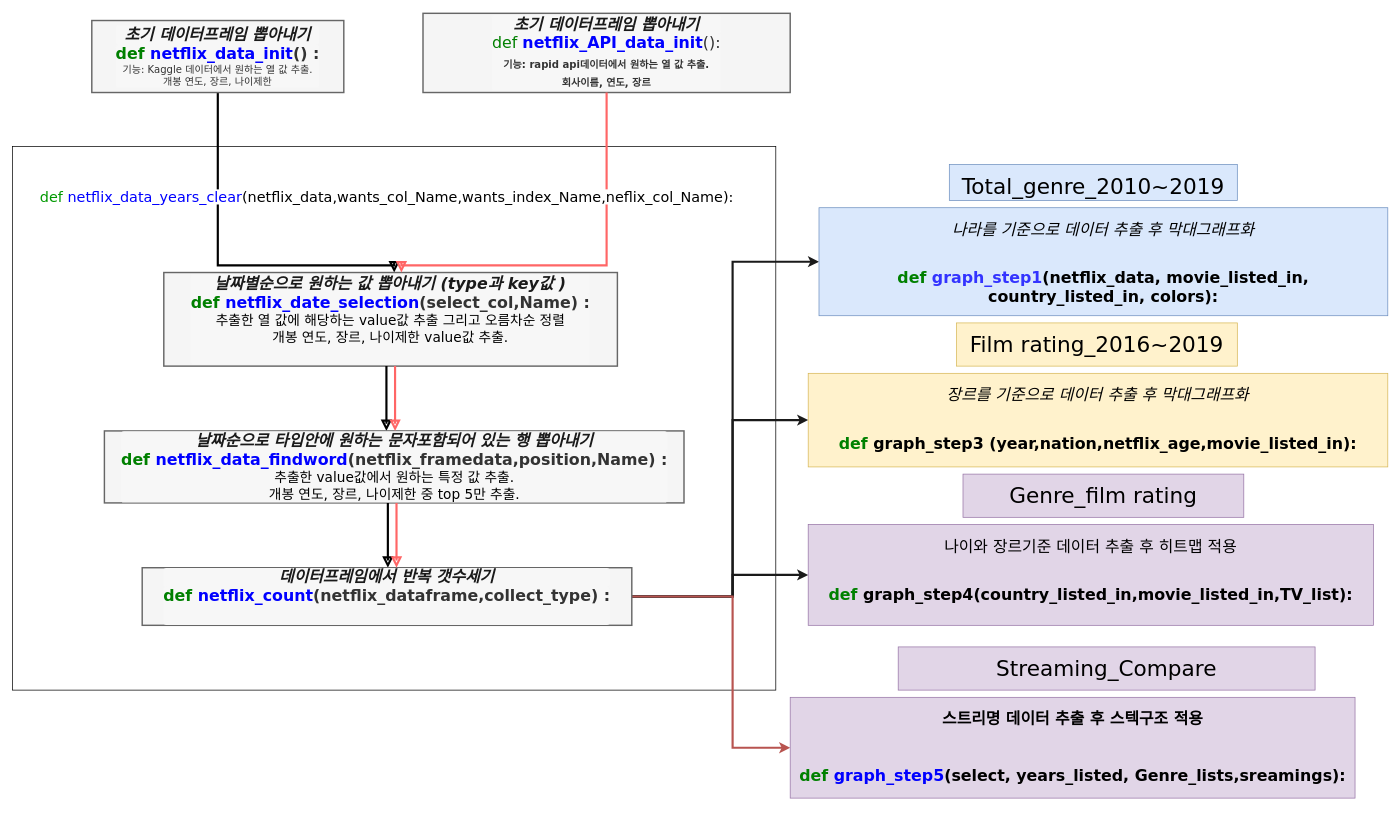
Earlier version of the draw.io diagram netflix_mini_poject.drawio (kimsk920825/daily_commit). Source tidied: cells renumbered, new cells numbered last; positions are measured from the earlier drawing's top-left corner, leaving out a move shared by most shapes. Both pictures are drawn from the tidied source at 72%, with x=0, y=0 at pixel (12, 13).
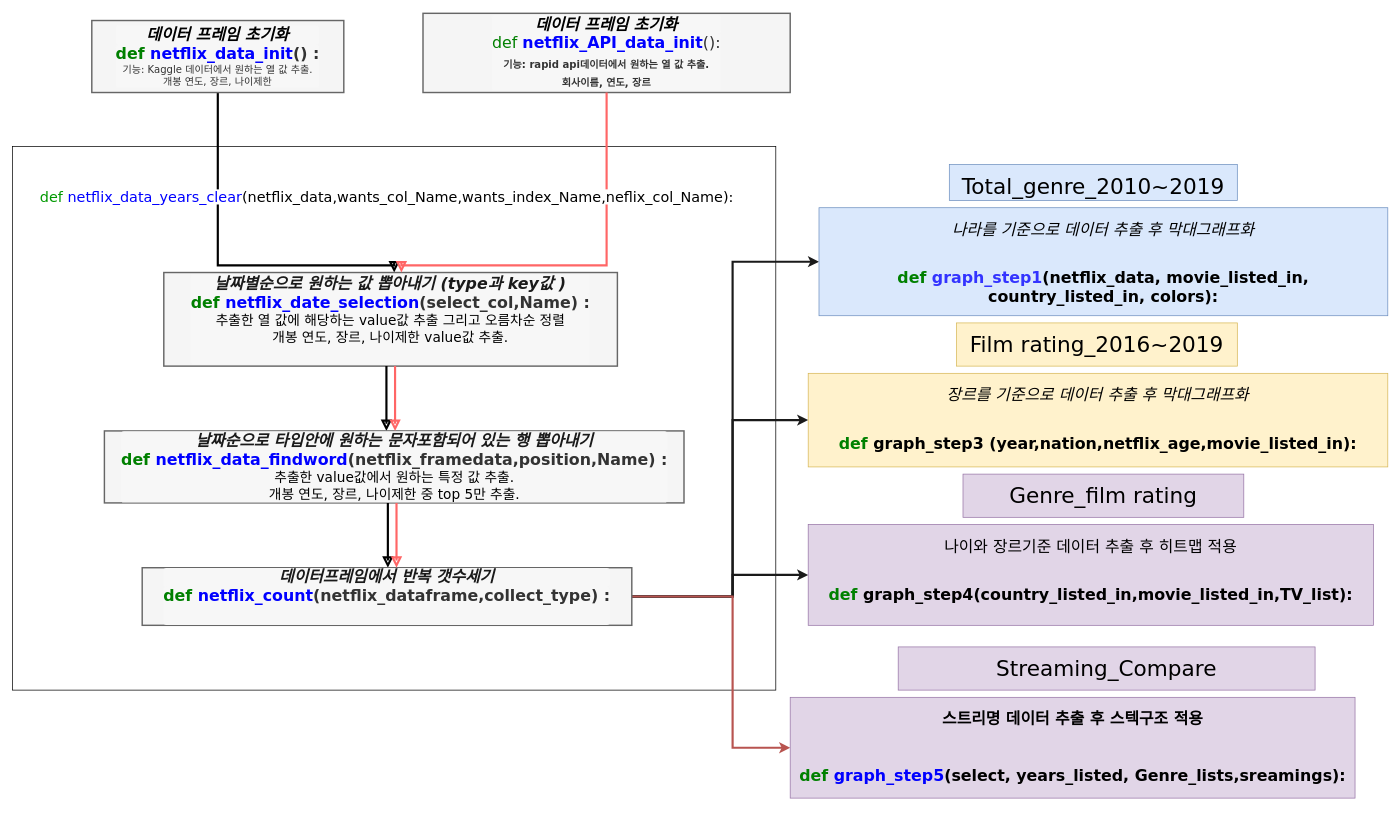
The same diagram, later.

Diff of the diagram source:
```diff
@@
-    <mxCell id="4" value="&lt;div style=&quot;margin-top: 0px ; margin-bottom: 0px ; padding: 0px ; font-size: 22px ; border-radius: 4px ; line-height: inherit ; word-break: break-all ; overflow-wrap: break-word ; background-color: rgb(247 , 247 , 247) ; border: none&quot;&gt;&lt;span class=&quot;c1&quot; style=&quot;margin: 0px ; padding: 0px ; font-style: italic ; font-size: 22px&quot;&gt;&lt;font color=&quot;#1a1a1a&quot;&gt;초기 데이터프레임 뽑아내기&lt;/font&gt;&lt;/span&gt;&lt;/div&gt;&lt;div style=&quot;margin-top: 0px ; margin-bottom: 0px ; padding: 0px ; font-size: 22px ; border-radius: 4px ; line-height: inherit ; word-break: break-all ; overflow-wrap: break-word ; background-color: rgb(247 , 247 , 247) ; border: none&quot;&gt;&lt;span class=&quot;c1&quot; style=&quot;margin: 0px ; padding: 0px ; font-style: italic ; font-size: 22px&quot;&gt;&lt;div style=&quot;margin-top: 0px ; margin-bottom: 0px ; padding: 0px ; color: rgb(51 , 51 , 51) ; border-radius: 4px ; line-height: inherit ; word-break: break-all ; overflow-wrap: break-word ; border: none ; font-style: normal ; font-size: 22px&quot;&gt;&lt;span class=&quot;k&quot; style=&quot;margin: 0px ; padding: 0px ; color: green ; font-size: 22px&quot;&gt;def&lt;/span&gt; &lt;span class=&quot;nf&quot; style=&quot;margin: 0px ; padding: 0px ; color: blue ; font-size: 22px&quot;&gt;netflix_data_init&lt;/span&gt;&lt;span class=&quot;p&quot; style=&quot;margin: 0px ; padding: 0px ; font-size: 22px&quot;&gt;()&lt;/span&gt; &lt;span class=&quot;p&quot; style=&quot;margin: 0px ; padding: 0px ; font-size: 22px&quot;&gt;:&lt;/span&gt;&lt;/div&gt;&lt;div style=&quot;color: rgb(51 , 51 , 51) ; margin-top: 0px ; margin-bottom: 0px ; padding: 0px ; border-radius: 4px ; line-height: inherit ; word-break: break-all ; overflow-wrap: break-word ; border: none ; font-style: normal ; font-size: 22px&quot;&gt;&lt;span class=&quot;p&quot; style=&quot;margin: 0px ; padding: 0px ; font-size: 22px&quot;&gt;&lt;div style=&quot;font-weight: normal ; margin-top: 0px ; margin-bottom: 0px ; padding: 0px ; font-size: 14px ; border-radius: 4px ; line-height: inherit ; word-break: break-all ; overflow-wrap: break-word ; border: none&quot;&gt;기능: Kaggle 데이터에서 원하는 열 값 추출.&lt;/div&gt;&lt;div style=&quot;font-weight: normal ; margin-top: 0px ; margin-bottom: 0px ; padding: 0px ; font-size: 14px ; border-radius: 4px ; line-height: inherit ; word-break: break-all ; overflow-wrap: break-word ; border: none&quot;&gt;개봉 연도, 장르, 나이제한&lt;/div&gt;&lt;/span&gt;&lt;/div&gt;&lt;/span&gt;&lt;/div&gt;" style="rounded=1;whiteSpace=wrap;html=1;fontSize=22;glass=0;strokeWidth=2;shadow=0;arcSize=0;fillColor=#f5f5f5;strokeColor=#666666;fontColor=#333333;fontStyle=1;fontFamily=Verdana;" parent="1" vertex="1">
+    <mxCell id="4" value="&lt;div style=&quot;margin-top: 0px ; margin-bottom: 0px ; padding: 0px ; font-size: 22px ; border-radius: 4px ; line-height: inherit ; word-break: break-all ; overflow-wrap: break-word ; background-color: rgb(247 , 247 , 247) ; border: none&quot;&gt;&lt;font color=&quot;#000000&quot;&gt;&lt;i&gt;데이터 프레임 초기화&lt;/i&gt;&lt;/font&gt;&lt;/div&gt;&lt;div style=&quot;margin-top: 0px ; margin-bottom: 0px ; padding: 0px ; font-size: 22px ; border-radius: 4px ; line-height: inherit ; word-break: break-all ; overflow-wrap: break-word ; background-color: rgb(247 , 247 , 247) ; border: none&quot;&gt;&lt;span class=&quot;c1&quot; style=&quot;margin: 0px ; padding: 0px ; font-style: italic ; font-size: 22px&quot;&gt;&lt;div style=&quot;margin-top: 0px ; margin-bottom: 0px ; padding: 0px ; color: rgb(51 , 51 , 51) ; border-radius: 4px ; line-height: inherit ; word-break: break-all ; overflow-wrap: break-word ; border: none ; font-style: normal ; font-size: 22px&quot;&gt;&lt;span class=&quot;k&quot; style=&quot;margin: 0px ; padding: 0px ; color: green ; font-size: 22px&quot;&gt;def&lt;/span&gt; &lt;span class=&quot;nf&quot; style=&quot;margin: 0px ; padding: 0px ; color: blue ; font-size: 22px&quot;&gt;netflix_data_init&lt;/span&gt;&lt;span class=&quot;p&quot; style=&quot;margin: 0px ; padding: 0px ; font-size: 22px&quot;&gt;()&lt;/span&gt; &lt;span class=&quot;p&quot; style=&quot;margin: 0px ; padding: 0px ; font-size: 22px&quot;&gt;:&lt;/span&gt;&lt;/div&gt;&lt;div style=&quot;color: rgb(51 , 51 , 51) ; margin-top: 0px ; margin-bottom: 0px ; padding: 0px ; border-radius: 4px ; line-height: inherit ; word-break: break-all ; overflow-wrap: break-word ; border: none ; font-style: normal ; font-size: 22px&quot;&gt;&lt;span class=&quot;p&quot; style=&quot;margin: 0px ; padding: 0px ; font-size: 22px&quot;&gt;&lt;div style=&quot;font-weight: normal ; margin-top: 0px ; margin-bottom: 0px ; padding: 0px ; font-size: 14px ; border-radius: 4px ; line-height: inherit ; word-break: break-all ; overflow-wrap: break-word ; border: none&quot;&gt;기능: Kaggle 데이터에서 원하는 열 값 추출.&lt;/div&gt;&lt;div style=&quot;font-weight: normal ; margin-top: 0px ; margin-bottom: 0px ; padding: 0px ; font-size: 14px ; border-radius: 4px ; line-height: inherit ; word-break: break-all ; overflow-wrap: break-word ; border: none&quot;&gt;개봉 연도, 장르, 나이제한&lt;/div&gt;&lt;/span&gt;&lt;/div&gt;&lt;/span&gt;&lt;/div&gt;" style="rounded=1;whiteSpace=wrap;html=1;fontSize=22;glass=0;strokeWidth=2;shadow=0;arcSize=0;fillColor=#f5f5f5;strokeColor=#666666;fontColor=#333333;fontStyle=1;fontFamily=Verdana;" parent="1" vertex="1">
       <mxGeometry x="110" y="10" width="350" height="100" as="geometry" />
     </mxCell>
@@
-    <mxCell id="21" value="&lt;div style=&quot;margin-top: 0px ; margin-bottom: 0px ; padding: 0px ; font-size: 22px ; border-radius: 4px ; line-height: inherit ; word-break: break-all ; overflow-wrap: break-word ; background-color: rgb(247 , 247 , 247) ; border: none&quot;&gt;&lt;span class=&quot;c1&quot; style=&quot;margin: 0px ; padding: 0px ; font-style: italic ; font-size: 22px&quot;&gt;&lt;font color=&quot;#1a1a1a&quot;&gt;초기 데이터프레임 뽑아내기&lt;/font&gt;&lt;/span&gt;&lt;/div&gt;&lt;div style=&quot;margin-top: 0px ; margin-bottom: 0px ; padding: 0px ; border-radius: 4px ; line-height: inherit ; word-break: break-all ; overflow-wrap: break-word ; background-color: rgb(247 , 247 , 247) ; border: none&quot;&gt;&lt;span class=&quot;c1&quot; style=&quot;margin: 0px ; padding: 0px ; font-style: italic&quot;&gt;&lt;div style=&quot;margin-top: 0px ; margin-bottom: 0px ; padding: 0px ; color: rgb(51 , 51 , 51) ; border-radius: 4px ; line-height: inherit ; word-break: break-all ; overflow-wrap: break-word ; border: none ; font-style: normal&quot;&gt;&lt;div style=&quot;font-size: 22px ; margin-top: 0px ; margin-bottom: 0px ; padding: 0px ; border-radius: 4px ; line-height: inherit ; word-break: break-all ; overflow-wrap: break-word ; border: none&quot;&gt;&lt;span class=&quot;k&quot; style=&quot;font-weight: normal ; margin: 0px ; padding: 0px ; color: green&quot;&gt;def&lt;/span&gt;&lt;span style=&quot;font-weight: normal&quot;&gt; &lt;/span&gt;&lt;span class=&quot;nf&quot; style=&quot;margin: 0px ; padding: 0px ; color: blue&quot;&gt;netflix_API_data_init&lt;/span&gt;&lt;span class=&quot;p&quot; style=&quot;font-weight: normal ; margin: 0px ; padding: 0px&quot;&gt;():&lt;/span&gt;&lt;span style=&quot;font-weight: normal&quot;&gt;&lt;br&gt;&lt;/span&gt;&lt;/div&gt;&lt;div&gt;&lt;span class=&quot;p&quot; style=&quot;margin: 0px ; padding: 0px&quot;&gt;&lt;font style=&quot;font-size: 14px&quot;&gt;기능: rapid api데이터에서 원하는 열 값 추출.&lt;/font&gt;&lt;/span&gt;&lt;/div&gt;&lt;div&gt;&lt;span class=&quot;p&quot; style=&quot;margin: 0px ; padding: 0px&quot;&gt;&lt;font style=&quot;font-size: 14px&quot;&gt;회사이름, 연도, 장르&lt;/font&gt;&lt;/span&gt;&lt;/div&gt;&lt;/div&gt;&lt;/span&gt;&lt;/div&gt;" style="rounded=1;whiteSpace=wrap;html=1;fontSize=22;glass=0;strokeWidth=2;shadow=0;arcSize=0;fillColor=#f5f5f5;strokeColor=#666666;fontStyle=1;fontColor=#333333;fontFamily=Verdana;" parent="1" vertex="1">
+    <mxCell id="21" value="&lt;div style=&quot;margin-top: 0px ; margin-bottom: 0px ; padding: 0px ; font-size: 22px ; border-radius: 4px ; line-height: inherit ; word-break: break-all ; overflow-wrap: break-word ; background-color: rgb(247 , 247 , 247) ; border: none&quot;&gt;&lt;font color=&quot;#000000&quot;&gt;&lt;i&gt;데이터 프레임 초기화&lt;/i&gt;&lt;/font&gt;&lt;/div&gt;&lt;div style=&quot;margin-top: 0px ; margin-bottom: 0px ; padding: 0px ; border-radius: 4px ; line-height: inherit ; word-break: break-all ; overflow-wrap: break-word ; background-color: rgb(247 , 247 , 247) ; border: none&quot;&gt;&lt;span class=&quot;c1&quot; style=&quot;margin: 0px ; padding: 0px ; font-style: italic&quot;&gt;&lt;div style=&quot;margin-top: 0px ; margin-bottom: 0px ; padding: 0px ; color: rgb(51 , 51 , 51) ; border-radius: 4px ; line-height: inherit ; word-break: break-all ; overflow-wrap: break-word ; border: none ; font-style: normal&quot;&gt;&lt;div style=&quot;font-size: 22px ; margin-top: 0px ; margin-bottom: 0px ; padding: 0px ; border-radius: 4px ; line-height: inherit ; word-break: break-all ; overflow-wrap: break-word ; border: none&quot;&gt;&lt;span class=&quot;k&quot; style=&quot;font-weight: normal ; margin: 0px ; padding: 0px ; color: green&quot;&gt;def&lt;/span&gt;&lt;span style=&quot;font-weight: normal&quot;&gt; &lt;/span&gt;&lt;span class=&quot;nf&quot; style=&quot;margin: 0px ; padding: 0px ; color: blue&quot;&gt;netflix_API_data_init&lt;/span&gt;&lt;span class=&quot;p&quot; style=&quot;font-weight: normal ; margin: 0px ; padding: 0px&quot;&gt;():&lt;/span&gt;&lt;span style=&quot;font-weight: normal&quot;&gt;&lt;br&gt;&lt;/span&gt;&lt;/div&gt;&lt;div&gt;&lt;span class=&quot;p&quot; style=&quot;margin: 0px ; padding: 0px&quot;&gt;&lt;font style=&quot;font-size: 14px&quot;&gt;기능: rapid api데이터에서 원하는 열 값 추출.&lt;/font&gt;&lt;/span&gt;&lt;/div&gt;&lt;div&gt;&lt;span class=&quot;p&quot; style=&quot;margin: 0px ; padding: 0px&quot;&gt;&lt;font style=&quot;font-size: 14px&quot;&gt;회사이름, 연도, 장르&lt;/font&gt;&lt;/span&gt;&lt;/div&gt;&lt;/div&gt;&lt;/span&gt;&lt;/div&gt;" style="rounded=1;whiteSpace=wrap;html=1;fontSize=22;glass=0;strokeWidth=2;shadow=0;arcSize=0;fillColor=#f5f5f5;strokeColor=#666666;fontStyle=1;fontColor=#333333;fontFamily=Verdana;" parent="1" vertex="1">
       <mxGeometry x="570" width="510" height="110" as="geometry" />
     </mxCell>
```
